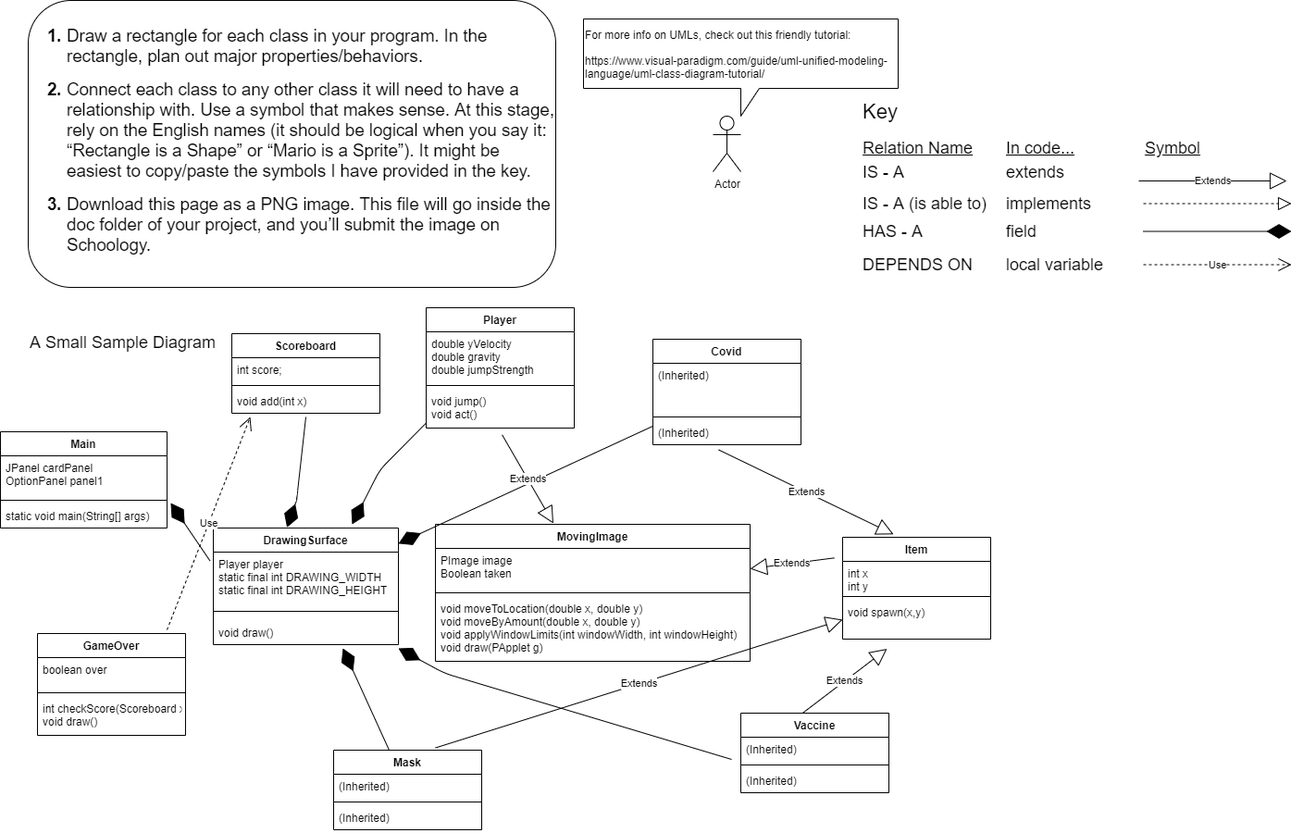
HHSAPCompSci2020/capstone-project-dinos keeps this draw.io diagram as doc/UML.png. Above is the earlier version. Source tidied: cells renumbered, new cells last; positions are measured from the earlier drawing's top-left corner, leaving out a move shared by most shapes.
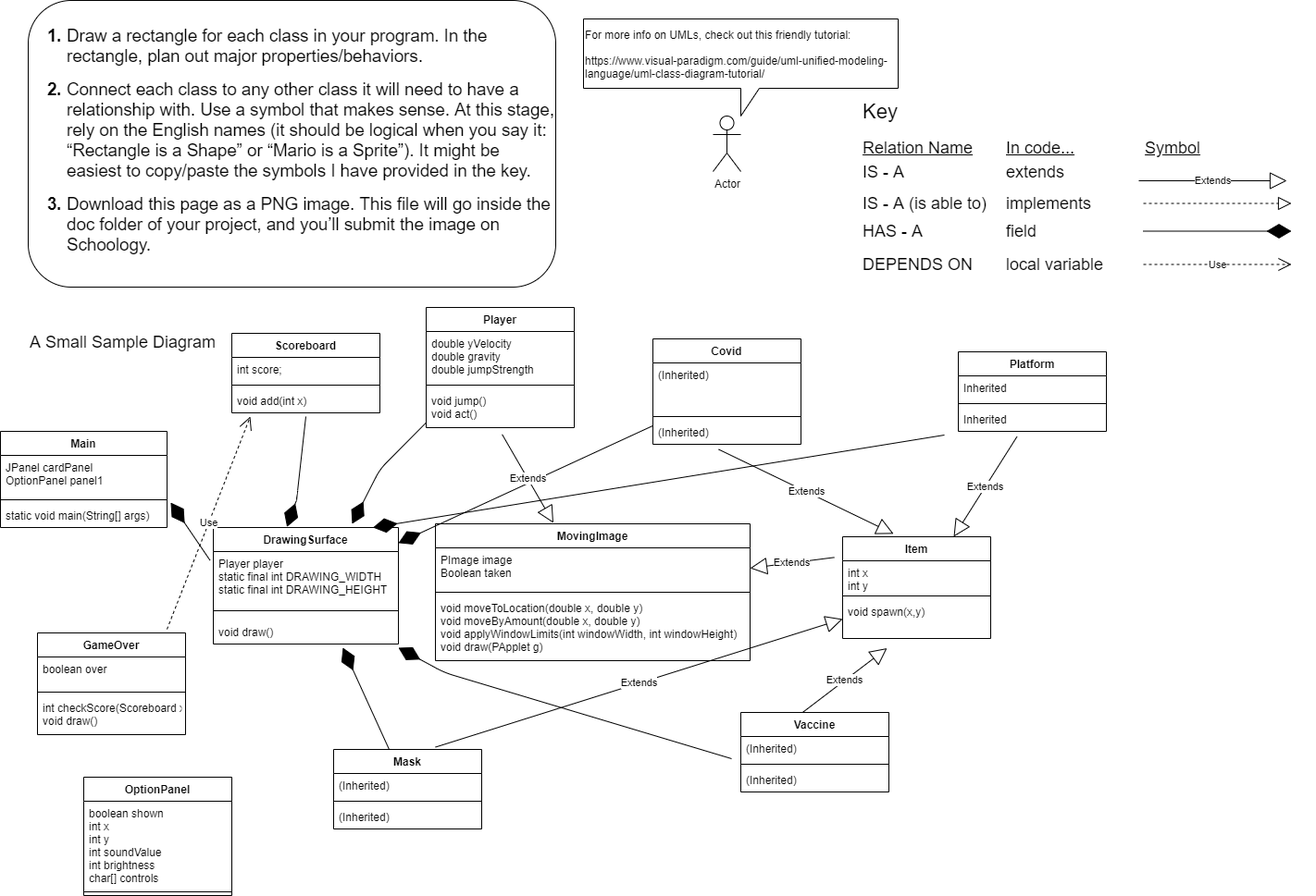
Later version of the same file.

The edit, as a diff of the source:
```diff
@@ -251,5 +251,35 @@
         </Array>
       </mxGeometry>
     </mxCell>
+    <mxCell id="74" value="OptionPanel" style="swimlane;fontStyle=1;align=center;verticalAlign=top;horizontal=1;startSize=26;" parent="1" vertex="1">
+      <mxGeometry x="90" y="840" width="160" height="128" as="geometry" />
+    </mxCell>
+    <mxCell id="75" value="boolean shown&#10;int x&#10;int y&#10;int soundValue&#10;int brightness&#10;char[] controls" style="text;strokeColor=none;fillColor=none;align=left;verticalAlign=top;spacingLeft=4;spacingRight=4;overflow=hidden;" parent="74" vertex="1">
+      <mxGeometry y="26" width="160" height="94" as="geometry" />
+    </mxCell>
+    <mxCell id="76" style="line;strokeWidth=1;fillColor=none;align=left;verticalAlign=middle;spacingTop=-1;spacingLeft=3;spacingRight=3;labelPosition=right;" parent="74" vertex="1">
+      <mxGeometry y="120" width="160" height="8" as="geometry" />
+    </mxCell>
+    <mxCell id="77" value="Platform" style="swimlane;fontStyle=1;align=center;verticalAlign=top;horizontal=1;startSize=26;" parent="1" vertex="1">
+      <mxGeometry x="1035" y="380" width="160" height="86" as="geometry" />
+    </mxCell>
+    <mxCell id="78" value="Inherited" style="text;strokeColor=none;fillColor=none;align=left;verticalAlign=top;spacingLeft=4;spacingRight=4;overflow=hidden;" parent="77" vertex="1">
+      <mxGeometry y="26" width="160" height="26" as="geometry" />
+    </mxCell>
+    <mxCell id="79" style="line;strokeWidth=1;fillColor=none;align=left;verticalAlign=middle;spacingTop=-1;spacingLeft=3;spacingRight=3;labelPosition=right;" parent="77" vertex="1">
+      <mxGeometry y="52" width="160" height="8" as="geometry" />
+    </mxCell>
+    <mxCell id="80" value="Inherited" style="text;strokeColor=none;fillColor=none;align=left;verticalAlign=top;spacingLeft=4;spacingRight=4;overflow=hidden;points=[[0,0.5],[1,0.5]];portConstraint=eastwest;" parent="77" vertex="1">
+      <mxGeometry y="60" width="160" height="26" as="geometry" />
+    </mxCell>
+    <mxCell id="81" value="Extends" style="endArrow=block;endSize=16;endFill=0;html=1;exitX=0.396;exitY=1.223;exitDx=0;exitDy=0;exitPerimeter=0;entryX=0.75;entryY=0;entryDx=0;entryDy=0;" parent="1" edge="1" source="80" target="54">
+      <mxGeometry relative="1" as="geometry" />
+    </mxCell>
+    <mxCell id="82" style="endArrow=diamondThin;endFill=1;endSize=24;html=1;" parent="1" edge="1">
+      <mxGeometry relative="1" as="geometry">
+        <mxPoint x="1020" y="470" as="sourcePoint" />
+        <mxPoint x="402.5" y="570" as="targetPoint" />
+      </mxGeometry>
+    </mxCell>
   </root>
 </mxGraphModel>
```
